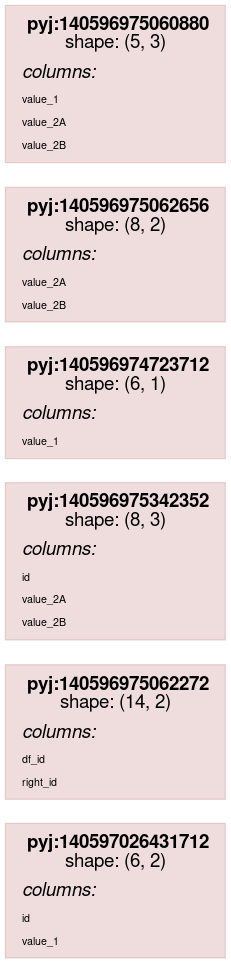
Earlier version of the Graphviz export scripts/rdflog/conditional_join_w_cmp.ttl.dot.png (asmirnov69/pyjviz-poc). Its source is kept beside it as scripts/rdflog/conditional_join_w_cmp.ttl.dot. Source of this version:
```dot
    digraph G {
    rankdir = "LR"
    fontname="Helvetica,Arial,sans-serif"
    node [
      style=filled
      shape=rect
      pencolor="#00000044" // frames color
      fontname="Helvetica,Arial,sans-serif"
      shape=plaintext
    ]
    edge [fontname="Helvetica,Arial,sans-serif"]

node0_0 [
                color="#88000022"
                shape = rect
                label = <<table border="0" cellborder="0" cellspacing="0" cellpadding="4">
                         <tr> <td> <b>pyj:140597026431712</b><br/>shape: (6, 2)</td> </tr>
                         <tr> <td align="left"><i>columns:</i><br align="left"/></td></tr>
                <tr><td align="left"><FONT POINT-SIZE="8px">id</FONT></td></tr>
<tr><td align="left"><FONT POINT-SIZE="8px">value_1</FONT></td></tr>
                         </table>>
                ];
node0_1 [
                color="#88000022"
                shape = rect
                label = <<table border="0" cellborder="0" cellspacing="0" cellpadding="4">
                         <tr> <td> <b>pyj:140596975062272</b><br/>shape: (14, 2)</td> </tr>
                         <tr> <td align="left"><i>columns:</i><br align="left"/></td></tr>
                <tr><td align="left"><FONT POINT-SIZE="8px">df_id</FONT></td></tr>
<tr><td align="left"><FONT POINT-SIZE="8px">right_id</FONT></td></tr>
                         </table>>
                ];
node0_2 [
                color="#88000022"
                shape = rect
                label = <<table border="0" cellborder="0" cellspacing="0" cellpadding="4">
                         <tr> <td> <b>pyj:140596975342352</b><br/>shape: (8, 3)</td> </tr>
                         <tr> <td align="left"><i>columns:</i><br align="left"/></td></tr>
                <tr><td align="left"><FONT POINT-SIZE="8px">id</FONT></td></tr>
<tr><td align="left"><FONT POINT-SIZE="8px">value_2A</FONT></td></tr>
<tr><td align="left"><FONT POINT-SIZE="8px">value_2B</FONT></td></tr>
                         </table>>
                ];
node0_3 [
                color="#88000022"
                shape = rect
                label = <<table border="0" cellborder="0" cellspacing="0" cellpadding="4">
                         <tr> <td> <b>pyj:140596974723712</b><br/>shape: (6, 1)</td> </tr>
                         <tr> <td align="left"><i>columns:</i><br align="left"/></td></tr>
                <tr><td align="left"><FONT POINT-SIZE="8px">value_1</FONT></td></tr>
                         </table>>
                ];
node0_4 [
                color="#88000022"
                shape = rect
                label = <<table border="0" cellborder="0" cellspacing="0" cellpadding="4">
                         <tr> <td> <b>pyj:140596975062656</b><br/>shape: (8, 2)</td> </tr>
                         <tr> <td align="left"><i>columns:</i><br align="left"/></td></tr>
                <tr><td align="left"><FONT POINT-SIZE="8px">value_2A</FONT></td></tr>
<tr><td align="left"><FONT POINT-SIZE="8px">value_2B</FONT></td></tr>
                         </table>>
                ];
node0_5 [
                color="#88000022"
                shape = rect
                label = <<table border="0" cellborder="0" cellspacing="0" cellpadding="4">
                         <tr> <td> <b>pyj:140596975060880</b><br/>shape: (5, 3)</td> </tr>
                         <tr> <td align="left"><i>columns:</i><br align="left"/></td></tr>
                <tr><td align="left"><FONT POINT-SIZE="8px">value_1</FONT></td></tr>
<tr><td align="left"><FONT POINT-SIZE="8px">value_2A</FONT></td></tr>
<tr><td align="left"><FONT POINT-SIZE="8px">value_2B</FONT></td></tr>
                         </table>>
                ];
subgraph cluster_0 {
label = "None";
}
}
```
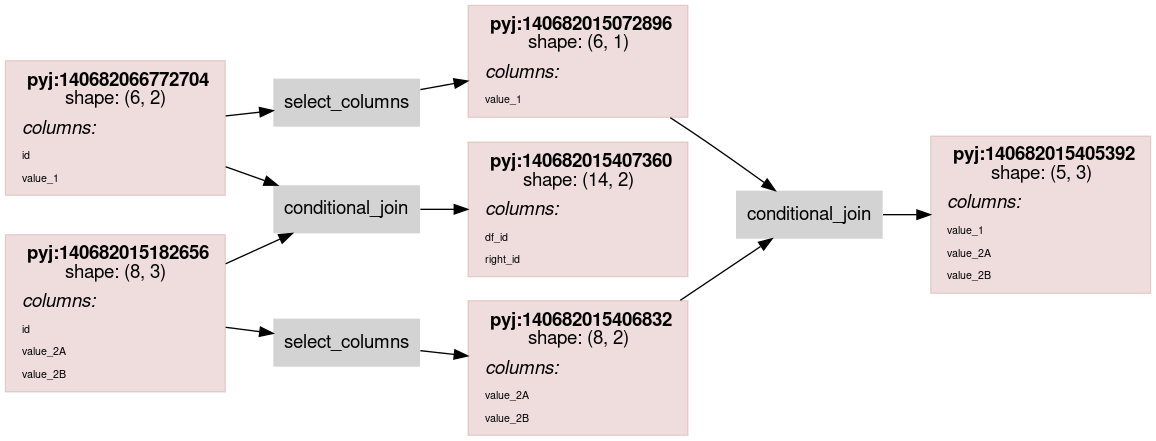
The same file after the commit.

The edit, as a diff of the source:
```diff
@@ -14,7 +14,7 @@
                 color="#88000022"
                 shape = rect
                 label = <<table border="0" cellborder="0" cellspacing="0" cellpadding="4">
-                         <tr> <td> <b>pyj:140597026431712</b><br/>shape: (6, 2)</td> </tr>
+                         <tr> <td> <b>pyj:140682066772704</b><br/>shape: (6, 2)</td> </tr>
                          <tr> <td align="left"><i>columns:</i><br align="left"/></td></tr>
                 <tr><td align="left"><FONT POINT-SIZE="8px">id</FONT></td></tr>
 <tr><td align="left"><FONT POINT-SIZE="8px">value_1</FONT></td></tr>
@@ -24,7 +24,7 @@
                 color="#88000022"
                 shape = rect
                 label = <<table border="0" cellborder="0" cellspacing="0" cellpadding="4">
-                         <tr> <td> <b>pyj:140596975062272</b><br/>shape: (14, 2)</td> </tr>
+                         <tr> <td> <b>pyj:140682015407360</b><br/>shape: (14, 2)</td> </tr>
                          <tr> <td align="left"><i>columns:</i><br align="left"/></td></tr>
                 <tr><td align="left"><FONT POINT-SIZE="8px">df_id</FONT></td></tr>
 <tr><td align="left"><FONT POINT-SIZE="8px">right_id</FONT></td></tr>
@@ -34,7 +34,7 @@
                 color="#88000022"
                 shape = rect
                 label = <<table border="0" cellborder="0" cellspacing="0" cellpadding="4">
-                         <tr> <td> <b>pyj:140596975342352</b><br/>shape: (8, 3)</td> </tr>
+                         <tr> <td> <b>pyj:140682015182656</b><br/>shape: (8, 3)</td> </tr>
                          <tr> <td align="left"><i>columns:</i><br align="left"/></td></tr>
                 <tr><td align="left"><FONT POINT-SIZE="8px">id</FONT></td></tr>
 <tr><td align="left"><FONT POINT-SIZE="8px">value_2A</FONT></td></tr>
@@ -45,7 +45,7 @@
                 color="#88000022"
                 shape = rect
                 label = <<table border="0" cellborder="0" cellspacing="0" cellpadding="4">
-                         <tr> <td> <b>pyj:140596974723712</b><br/>shape: (6, 1)</td> </tr>
+                         <tr> <td> <b>pyj:140682015072896</b><br/>shape: (6, 1)</td> </tr>
                          <tr> <td align="left"><i>columns:</i><br align="left"/></td></tr>
                 <tr><td align="left"><FONT POINT-SIZE="8px">value_1</FONT></td></tr>
                          </table>>
@@ -54,7 +54,7 @@
                 color="#88000022"
                 shape = rect
                 label = <<table border="0" cellborder="0" cellspacing="0" cellpadding="4">
-                         <tr> <td> <b>pyj:140596975062656</b><br/>shape: (8, 2)</td> </tr>
+                         <tr> <td> <b>pyj:140682015406832</b><br/>shape: (8, 2)</td> </tr>
                          <tr> <td align="left"><i>columns:</i><br align="left"/></td></tr>
                 <tr><td align="left"><FONT POINT-SIZE="8px">value_2A</FONT></td></tr>
 <tr><td align="left"><FONT POINT-SIZE="8px">value_2B</FONT></td></tr>
@@ -64,14 +64,25 @@
                 color="#88000022"
                 shape = rect
                 label = <<table border="0" cellborder="0" cellspacing="0" cellpadding="4">
-                         <tr> <td> <b>pyj:140596975060880</b><br/>shape: (5, 3)</td> </tr>
+                         <tr> <td> <b>pyj:140682015405392</b><br/>shape: (5, 3)</td> </tr>
                          <tr> <td align="left"><i>columns:</i><br align="left"/></td></tr>
                 <tr><td align="left"><FONT POINT-SIZE="8px">value_1</FONT></td></tr>
 <tr><td align="left"><FONT POINT-SIZE="8px">value_2A</FONT></td></tr>
 <tr><td align="left"><FONT POINT-SIZE="8px">value_2B</FONT></td></tr>
                          </table>>
                 ];
-subgraph cluster_0 {
-label = "None";
+node0_6 [ label = "conditional_join" ];
+node0_7 [ label = "select_columns" ];
+node0_8 [ label = "select_columns" ];
+node0_9 [ label = "conditional_join" ];
+node0_0 -> node0_6;
+node0_0 -> node0_7;
+node0_2 -> node0_6;
+node0_2 -> node0_8;
+node0_3 -> node0_9;
+node0_4 -> node0_9;
+node0_6 -> node0_1;
+node0_7 -> node0_3;
+node0_8 -> node0_4;
+node0_9 -> node0_5;
 }
-}
```
